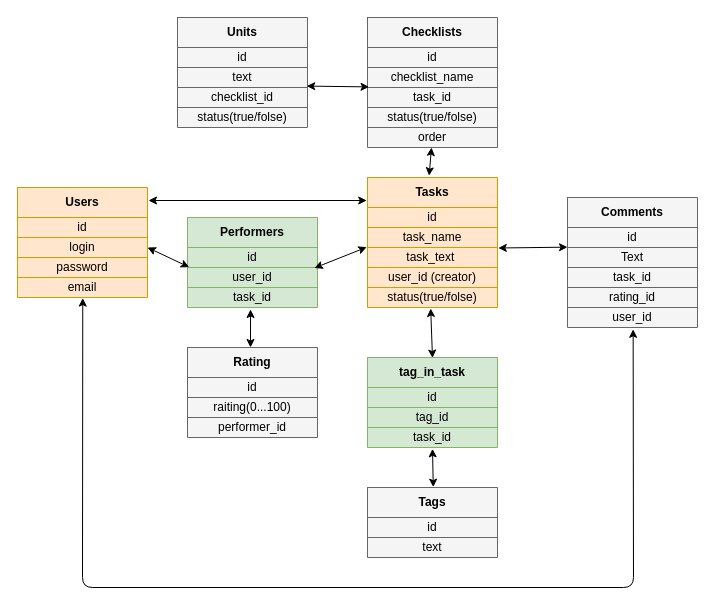
newdenweer/promise-learning keeps this draw.io diagram as Untitled Diagram.drawio. Above is the earlier version. Source tidied: cells renumbered, new cells numbered last; positions are measured from the earlier drawing's top-left corner, leaving out a move shared by most shapes. Both pictures are drawn from the tidied source at 100%, with x=0, y=0 at pixel (17, 17).
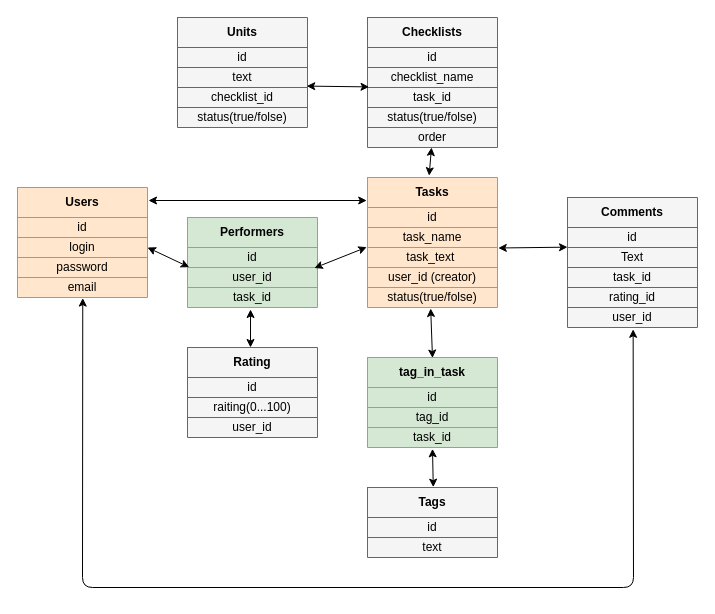
The same diagram, later.

The change refers to these unchanged cells:
```xml
<mxCell id="62" style="shape=partialRectangle;html=1;whiteSpace=wrap;fillColor=none;top=0;left=0;bottom=0;right=0;" parent="55" vertex="1">
  <mxGeometry y="70" width="130" height="20" as="geometry" />
</mxCell>
```

What changed in the source:
```diff
@@
-    <mxCell id="63" value="performer_id" style="shape=partialRectangle;html=1;whiteSpace=wrap;overflow=hidden;fillColor=none;top=0;left=0;bottom=0;right=0;" parent="62" vertex="1">
+    <mxCell id="63" value="user_id" style="shape=partialRectangle;html=1;whiteSpace=wrap;overflow=hidden;fillColor=none;top=0;left=0;bottom=0;right=0;" parent="62" vertex="1">
       <mxGeometry width="130" height="20" as="geometry" />
     </mxCell>
```
